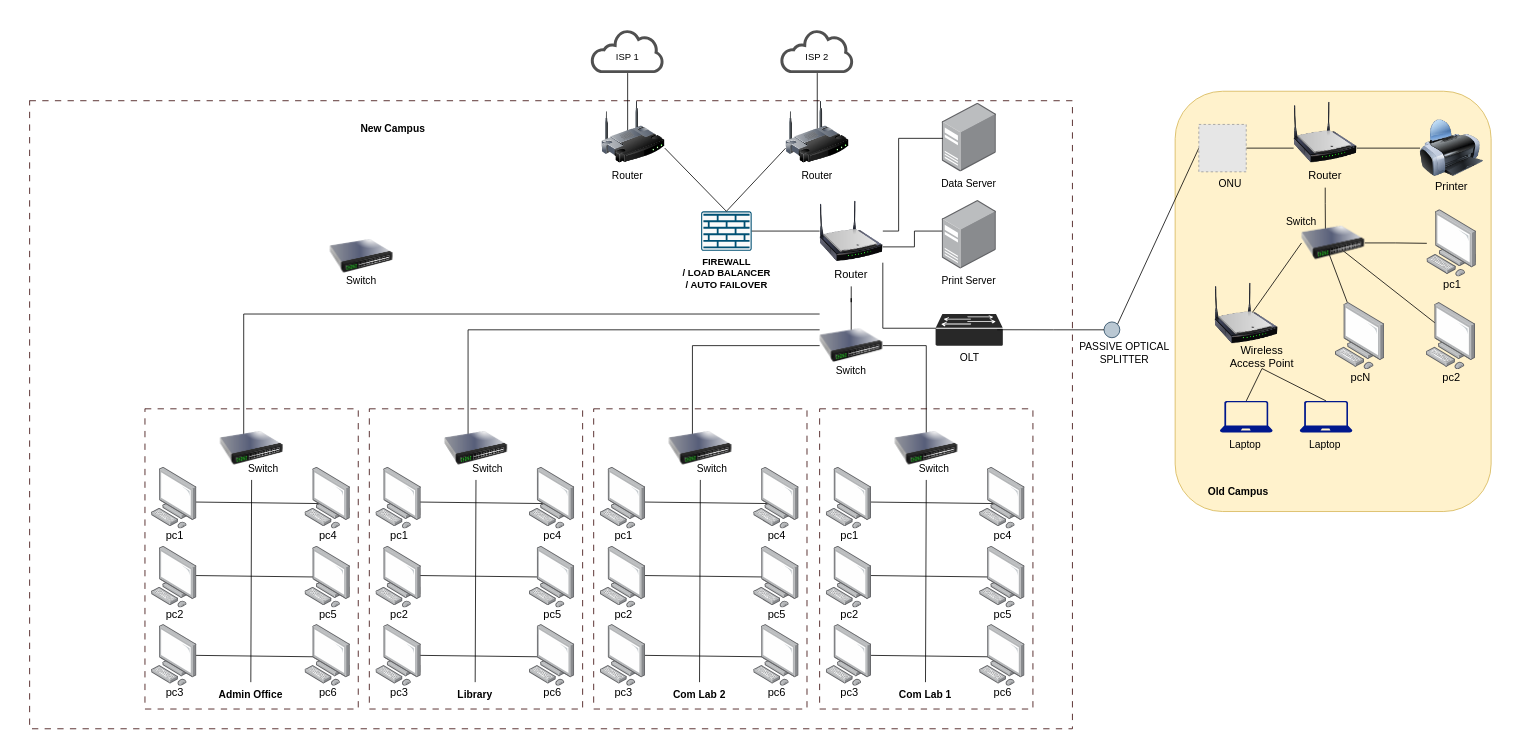
Above: network diagrams.drawio in genmancoder/systems-diagrams (draw.io), before the change. Source tidied: cells renumbered, new cells numbered last; positions are measured from the earlier drawing's top-left corner, leaving out a move shared by most shapes. Both pictures are drawn from the tidied source at 79%, with x=0, y=0 at pixel (29, 29). Pictures stored in the file or linked from it are replaced by grey dashed boxes.
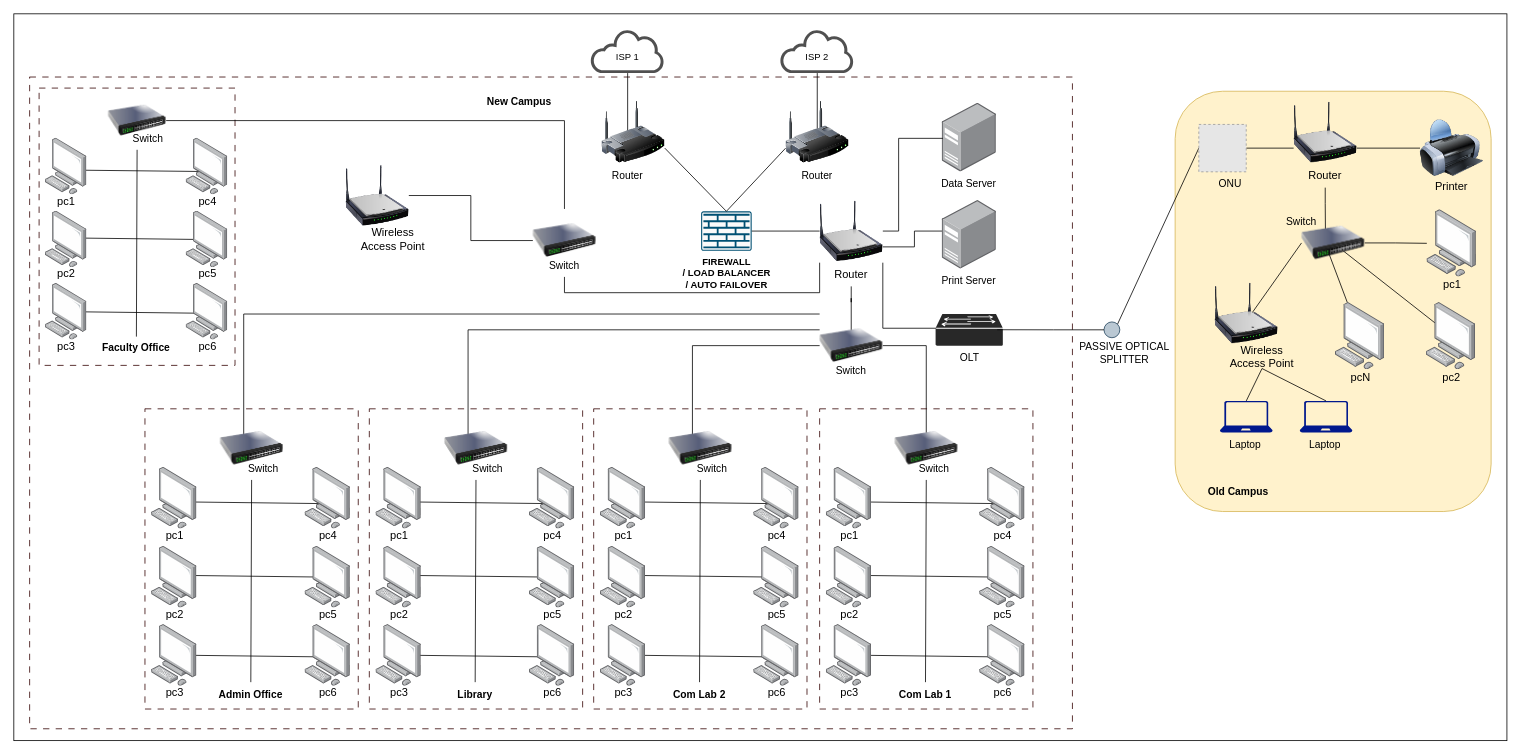
The same diagram, later.

Unchanged cells that the change refers to:
```xml
<mxCell id="23" style="image;html=1;image=img/lib/clip_art/networking/Wireless_Router_N_128x128.png;" parent="1" vertex="1">
  <mxGeometry x="1000" y="215" width="80" height="80" as="geometry" />
</mxCell>
```

The edit, as a diff of the source:
```diff
@@
     <mxCell id="2" style="rounded=0;whiteSpace=wrap;html=1;fillColor=none;strokeColor=#330000;dashed=1;dashPattern=8 8;" parent="1" vertex="1">
-      <mxGeometry y="90" width="1320" height="795" as="geometry" />
+      <mxGeometry y="60" width="1320" height="825" as="geometry" />
     </mxCell>
@@
+    <mxCell id="188" style="edgeStyle=orthogonalEdgeStyle;rounded=0;jettySize=auto;html=1;exitX=0;exitY=1;exitDx=0;exitDy=0;entryX=0.5;entryY=1;entryDx=0;entryDy=0;endArrow=none;endFill=0;" parent="1" edge="1" source="23" target="187">
+      <mxGeometry relative="1" as="geometry" />
+    </mxCell>
@@
     <mxCell id="36" value="&lt;span style=&quot;font-size: 13px;&quot;&gt;New Campus&lt;/span&gt;" style="text;html=1;strokeColor=none;fillColor=none;align=center;verticalAlign=middle;whiteSpace=wrap;rounded=0;fontSize=13;fontStyle=1;" parent="1" vertex="1">
-      <mxGeometry x="410" y="110" width="100" height="30" as="geometry" />
+      <mxGeometry x="570" y="76" width="100" height="30" as="geometry" />
     </mxCell>
@@
     <mxCell id="186" style="image;html=1;image=img/lib/clip_art/networking/Switch_128x128.png;" parent="1" vertex="1">
-      <mxGeometry x="380" y="247" width="80" height="80" as="geometry" />
+      <mxGeometry x="637" y="227" width="80" height="80" as="geometry" />
     </mxCell>
     <mxCell id="187" value="&lt;span style=&quot;font-weight: 400; font-size: 13px;&quot;&gt;Switch&lt;/span&gt;" style="text;html=1;strokeColor=none;fillColor=none;align=center;verticalAlign=middle;whiteSpace=wrap;rounded=0;fontSize=13;fontStyle=1;" parent="1" vertex="1">
-      <mxGeometry x="370" y="303" width="100" height="30" as="geometry" />
+      <mxGeometry x="627" y="283" width="100" height="30" as="geometry" />
     </mxCell>
+    <mxCell id="189" style="edgeStyle=orthogonalEdgeStyle;rounded=0;jettySize=auto;html=1;exitX=1;exitY=0.5;exitDx=0;exitDy=0;endArrow=none;endFill=0;" parent="1" edge="1" source="190" target="186">
+      <mxGeometry relative="1" as="geometry" />
+    </mxCell>
+    <mxCell id="190" style="image;html=1;image=img/lib/clip_art/networking/Wireless_Router_N_128x128.png;" parent="1" vertex="1">
+      <mxGeometry x="400" y="170" width="80" height="80" as="geometry" />
+    </mxCell>
+    <mxCell id="191" value="&lt;span style=&quot;font-weight: normal; font-size: 14px;&quot;&gt;Wireless Access Point&lt;/span&gt;" style="text;html=1;strokeColor=none;fillColor=none;align=center;verticalAlign=middle;whiteSpace=wrap;rounded=0;fontSize=14;fontStyle=1;" parent="1" vertex="1">
+      <mxGeometry x="410" y="250" width="100" height="30" as="geometry" />
+    </mxCell>
+    <mxCell id="192" style="group;" parent="1" vertex="1">
+      <mxGeometry x="12" y="69" width="248" height="351" as="geometry" />
+    </mxCell>
+    <mxCell id="193" style="endArrow=none;html=1;rounded=0;entryX=0.48;entryY=0.59;entryDx=0;entryDy=0;entryPerimeter=0;" parent="192" edge="1">
+      <mxGeometry relative="1" as="geometry">
+        <mxPoint x="53.3" y="288.2" as="sourcePoint" />
+        <mxPoint x="205.7" y="290" as="targetPoint" />
+      </mxGeometry>
+    </mxCell>
+    <mxCell id="194" style="rounded=0;whiteSpace=wrap;html=1;fillColor=none;strokeColor=#330000;dashed=1;dashPattern=8 8;" parent="192" vertex="1">
+      <mxGeometry y="5" width="248" height="351" as="geometry" />
+    </mxCell>
+    <mxCell id="195" style="endArrow=none;html=1;rounded=0;entryX=0.48;entryY=0.59;entryDx=0;entryDy=0;entryPerimeter=0;" parent="192" edge="1">
+      <mxGeometry relative="1" as="geometry">
+        <mxPoint x="56" y="194.9" as="sourcePoint" />
+        <mxPoint x="208.5" y="196.7" as="targetPoint" />
+      </mxGeometry>
+    </mxCell>
+    <mxCell id="196" style="endArrow=none;html=1;rounded=0;entryX=0.48;entryY=0.59;entryDx=0;entryDy=0;entryPerimeter=0;" parent="192" edge="1" target="201">
+      <mxGeometry relative="1" as="geometry">
+        <mxPoint x="58.8" y="109" as="sourcePoint" />
+      </mxGeometry>
+    </mxCell>
+    <mxCell id="197" value="Faculty Office" style="text;html=1;strokeColor=none;fillColor=none;align=center;verticalAlign=middle;whiteSpace=wrap;rounded=0;fontSize=13;fontStyle=1;" parent="192" vertex="1">
+      <mxGeometry x="77.2" y="319.6" width="91.9" height="27.7" as="geometry" />
+    </mxCell>
+    <mxCell id="198" style="rounded=0;jettySize=auto;html=1;exitX=0.5;exitY=1;exitDx=0;exitDy=0;entryX=0.5;entryY=0;entryDx=0;entryDy=0;endArrow=none;endFill=0;" parent="192" edge="1" source="199" target="197">
+      <mxGeometry relative="1" as="geometry" />
+    </mxCell>
+    <mxCell id="199" style="image;html=1;image=img/lib/clip_art/networking/Switch_128x128.png;" parent="192" vertex="1">
+      <mxGeometry x="87.3" y="9.2" width="73.5" height="73.9" as="geometry" />
+    </mxCell>
+    <mxCell id="200" style="group;" parent="192" vertex="1">
+      <mxGeometry x="183.7" y="68.4" width="58.9" height="92.4" as="geometry" />
+    </mxCell>
+    <mxCell id="201" style="image;points=[];html=1;align=center;shadow=0;dashed=0;image=img/lib/allied_telesis/computer_and_terminals/Personal_Computer.svg;" parent="200" vertex="1">
+      <mxGeometry x="2.2" width="52.9" height="71.6" as="geometry" />
+    </mxCell>
+    <mxCell id="202" value="&lt;span style=&quot;font-weight: 400;&quot;&gt;pc4&lt;/span&gt;" style="text;html=1;strokeColor=none;fillColor=none;align=center;verticalAlign=middle;whiteSpace=wrap;rounded=0;fontSize=14;fontStyle=1;" parent="200" vertex="1">
+      <mxGeometry y="67" width="58.9" height="25.4" as="geometry" />
+    </mxCell>
+    <mxCell id="203" style="group;" parent="192" vertex="1">
+      <mxGeometry x="183.7" y="160.7" width="58.9" height="92.4" as="geometry" />
+    </mxCell>
+    <mxCell id="204" style="image;html=1;align=center;shadow=0;dashed=0;image=img/lib/allied_telesis/computer_and_terminals/Personal_Computer.svg;" parent="203" vertex="1">
+      <mxGeometry x="2.2" width="52.9" height="71.6" as="geometry" />
+    </mxCell>
+    <mxCell id="205" value="&lt;span style=&quot;font-weight: 400;&quot;&gt;pc5&lt;/span&gt;" style="text;html=1;strokeColor=none;fillColor=none;align=center;verticalAlign=middle;whiteSpace=wrap;rounded=0;fontSize=14;fontStyle=1;" parent="203" vertex="1">
+      <mxGeometry y="67" width="58.9" height="25.4" as="geometry" />
+    </mxCell>
+    <mxCell id="206" style="group;" parent="192" vertex="1">
+      <mxGeometry x="5.4" y="68.4" width="58.9" height="92.4" as="geometry" />
+    </mxCell>
+    <mxCell id="207" style="image;html=1;align=center;shadow=0;dashed=0;image=img/lib/allied_telesis/computer_and_terminals/Personal_Computer.svg;" parent="206" vertex="1">
+      <mxGeometry x="2.2" width="52.9" height="71.6" as="geometry" />
+    </mxCell>
+    <mxCell id="208" value="&lt;span style=&quot;font-weight: 400;&quot;&gt;pc1&lt;/span&gt;" style="text;html=1;strokeColor=none;fillColor=none;align=center;verticalAlign=middle;whiteSpace=wrap;rounded=0;fontSize=14;fontStyle=1;" parent="206" vertex="1">
+      <mxGeometry y="67" width="58.9" height="25.4" as="geometry" />
+    </mxCell>
+    <mxCell id="209" style="group;" parent="192" vertex="1">
+      <mxGeometry x="5.4" y="160.7" width="58.9" height="92.4" as="geometry" />
+    </mxCell>
+    <mxCell id="210" style="image;html=1;align=center;shadow=0;dashed=0;image=img/lib/allied_telesis/computer_and_terminals/Personal_Computer.svg;" parent="209" vertex="1">
+      <mxGeometry x="2.2" width="52.9" height="71.6" as="geometry" />
+    </mxCell>
+    <mxCell id="211" value="&lt;span style=&quot;font-weight: 400;&quot;&gt;pc2&lt;/span&gt;" style="text;html=1;strokeColor=none;fillColor=none;align=center;verticalAlign=middle;whiteSpace=wrap;rounded=0;fontSize=14;fontStyle=1;" parent="209" vertex="1">
+      <mxGeometry y="67" width="58.9" height="25.4" as="geometry" />
+    </mxCell>
+    <mxCell id="212" style="group;" parent="192" vertex="1">
+      <mxGeometry x="5.4" y="252.2" width="58.9" height="92.4" as="geometry" />
+    </mxCell>
+    <mxCell id="213" style="image;html=1;align=center;shadow=0;dashed=0;image=img/lib/allied_telesis/computer_and_terminals/Personal_Computer.svg;" parent="212" vertex="1">
+      <mxGeometry x="2.2" width="52.9" height="71.6" as="geometry" />
+    </mxCell>
+    <mxCell id="214" value="&lt;span style=&quot;font-weight: 400;&quot;&gt;pc3&lt;/span&gt;" style="text;html=1;strokeColor=none;fillColor=none;align=center;verticalAlign=middle;whiteSpace=wrap;rounded=0;fontSize=14;fontStyle=1;" parent="212" vertex="1">
+      <mxGeometry y="67" width="58.9" height="25.4" as="geometry" />
+    </mxCell>
+    <mxCell id="215" style="group;" parent="192" vertex="1">
+      <mxGeometry x="183.7" y="252.2" width="58.9" height="92.4" as="geometry" />
+    </mxCell>
+    <mxCell id="216" style="image;html=1;align=center;shadow=0;dashed=0;image=img/lib/allied_telesis/computer_and_terminals/Personal_Computer.svg;" parent="215" vertex="1">
+      <mxGeometry x="2.2" width="52.9" height="71.6" as="geometry" />
+    </mxCell>
+    <mxCell id="217" value="&lt;span style=&quot;font-weight: 400;&quot;&gt;pc6&lt;/span&gt;" style="text;html=1;strokeColor=none;fillColor=none;align=center;verticalAlign=middle;whiteSpace=wrap;rounded=0;fontSize=14;fontStyle=1;" parent="215" vertex="1">
+      <mxGeometry y="67" width="58.9" height="25.4" as="geometry" />
+    </mxCell>
+    <mxCell id="218" value="&lt;span style=&quot;font-weight: 400; font-size: 13px;&quot;&gt;Switch&lt;/span&gt;" style="text;html=1;strokeColor=none;fillColor=none;align=center;verticalAlign=middle;whiteSpace=wrap;rounded=0;fontSize=13;fontStyle=1;" parent="192" vertex="1">
+      <mxGeometry x="91.9" y="55.4" width="91.9" height="27.7" as="geometry" />
+    </mxCell>
+    <mxCell id="219" style="edgeStyle=orthogonalEdgeStyle;rounded=0;jettySize=auto;html=1;exitX=1;exitY=0.5;exitDx=0;exitDy=0;endArrow=none;endFill=0;" parent="1" edge="1" source="199" target="186">
+      <mxGeometry relative="1" as="geometry" />
+    </mxCell>
+    <mxCell id="220" style="rounded=0;whiteSpace=wrap;html=1;fillColor=none;" parent="1" vertex="1">
+      <mxGeometry x="-20" y="-20" width="1890" height="920" as="geometry" />
+    </mxCell>
```
